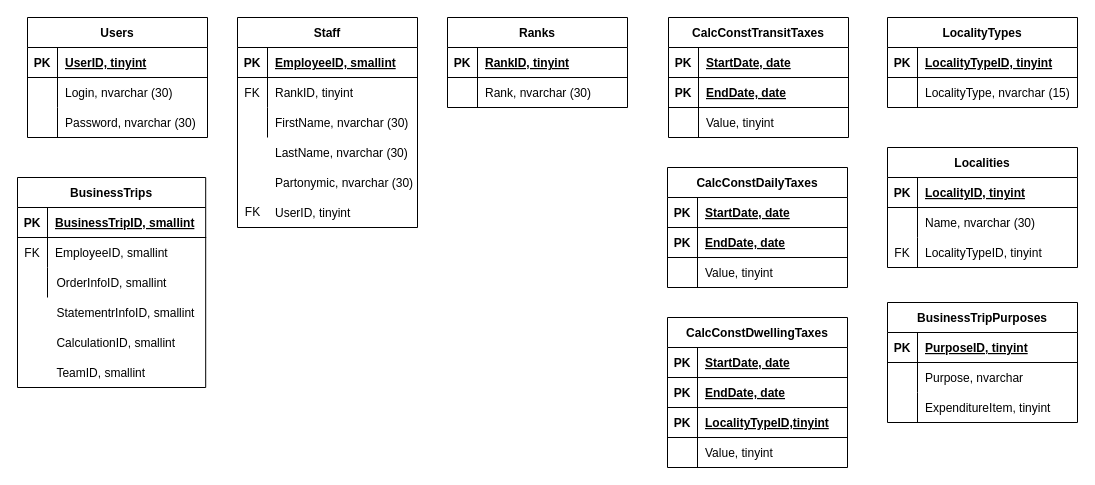
Earlier version of the draw.io diagram Documentation/BTService DB.drawio (vacho87/Vacho). Source tidied: cells renumbered, new cells numbered last; positions are measured from the earlier drawing's top-left corner, leaving out a move shared by most shapes. Both pictures are drawn from the tidied source at 100%, with x=0, y=0 at pixel (17, 17).
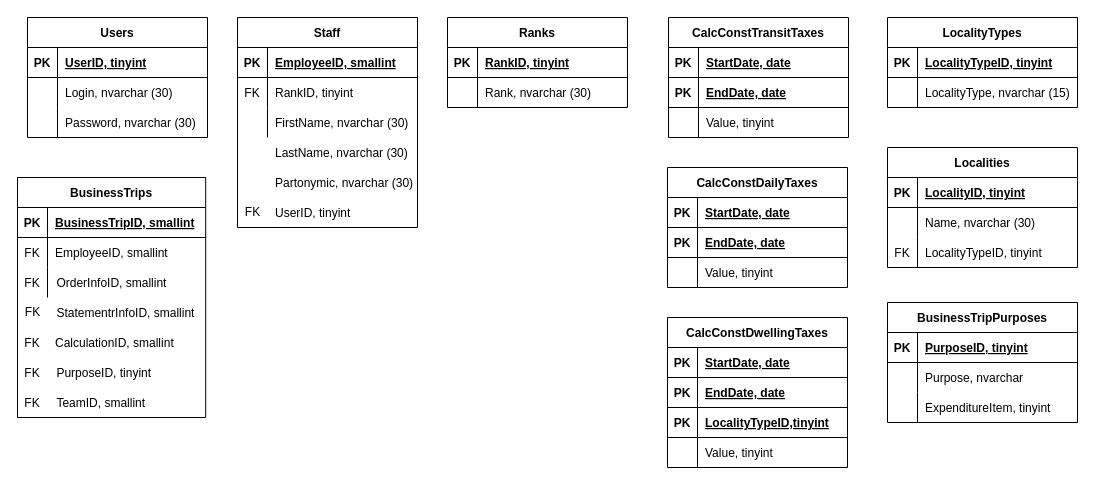
After the change.

Unchanged cells that the change refers to:
```xml
<mxCell id="118" style="shape=partialRectangle;fillColor=none;top=0;left=0;bottom=0;right=0;" parent="111" vertex="1">
  <mxGeometry y="90" width="188.2" height="30" as="geometry" />
</mxCell>
```

What changed in the source:
```diff
@@
+    <mxCell id="123" style="group;" parent="1" vertex="1">
+      <mxGeometry y="160" width="191.4" height="240" as="geometry" />
+    </mxCell>
-    <mxCell id="109" value="StatementrInfoID, smallint" style="shape=partialRectangle;fillColor=none;top=0;left=0;bottom=0;right=0;align=left;spacingLeft=6;overflow=hidden;" parent="1" vertex="1">
-      <mxGeometry x="31.4" y="280" width="156.8" height="30" as="geometry" />
+    <mxCell id="109" value="StatementrInfoID, smallint" style="shape=partialRectangle;fillColor=none;top=0;left=0;bottom=0;right=0;align=left;spacingLeft=6;overflow=hidden;" parent="123" vertex="1">
+      <mxGeometry x="31.4" y="120" width="156.8" height="30" as="geometry" />
     </mxCell>
-    <mxCell id="110" value="TeamID, smallint" style="shape=partialRectangle;fillColor=none;top=0;left=0;bottom=0;right=0;align=left;spacingLeft=6;overflow=hidden;" parent="1" vertex="1">
-      <mxGeometry x="31.4" y="340" width="156.8" height="30" as="geometry" />
+    <mxCell id="110" value="TeamID, smallint" style="shape=partialRectangle;fillColor=none;top=0;left=0;bottom=0;right=0;align=left;spacingLeft=6;overflow=hidden;" parent="123" vertex="1">
+      <mxGeometry x="31.4" y="210" width="156.8" height="30" as="geometry" />
     </mxCell>
-    <mxCell id="111" value="BusinessTrips" style="shape=table;startSize=30;childLayout=tableLayout;rowLines=0;fontStyle=1;align=center;" parent="1" vertex="1">
-      <mxGeometry y="160" width="188.2" height="210" as="geometry" />
+    <mxCell id="111" value="BusinessTrips" style="shape=table;startSize=30;childLayout=tableLayout;rowLines=0;fontStyle=1;align=center;" parent="123" vertex="1">
+      <mxGeometry width="188.2" height="240" as="geometry" />
     </mxCell>
@@
-    <mxCell id="119" style="shape=partialRectangle;fillColor=none;top=0;left=0;bottom=0;right=0;overflow=hidden;" parent="118" vertex="1">
+    <mxCell id="119" value="FK" style="shape=partialRectangle;fillColor=none;top=0;left=0;bottom=0;right=0;overflow=hidden;" parent="118" vertex="1">
       <mxGeometry width="30" height="30" as="geometry" />
     </mxCell>
@@
-    <mxCell id="121" value="OrderInfoID, smallint" style="shape=partialRectangle;fillColor=none;top=0;left=0;bottom=0;right=0;align=left;spacingLeft=6;overflow=hidden;" parent="1" vertex="1">
-      <mxGeometry x="31.4" y="250" width="156.8" height="30" as="geometry" />
+    <mxCell id="121" value="OrderInfoID, smallint" style="shape=partialRectangle;fillColor=none;top=0;left=0;bottom=0;right=0;align=left;spacingLeft=6;overflow=hidden;" parent="123" vertex="1">
+      <mxGeometry x="31.4" y="90" width="156.8" height="30" as="geometry" />
     </mxCell>
-    <mxCell id="122" value="CalculationID, smallint" style="shape=partialRectangle;fillColor=none;top=0;left=0;bottom=0;right=0;align=left;spacingLeft=6;overflow=hidden;" parent="1" vertex="1">
-      <mxGeometry x="31.4" y="310" width="156.8" height="30" as="geometry" />
+    <mxCell id="122" value="CalculationID, smallint" style="shape=partialRectangle;fillColor=none;top=0;left=0;bottom=0;right=0;align=left;spacingLeft=6;overflow=hidden;" parent="123" vertex="1">
+      <mxGeometry x="30" y="150" width="160" height="30" as="geometry" />
     </mxCell>
+    <mxCell id="124" value="PurposeID, tinyint" style="shape=partialRectangle;fillColor=none;top=0;left=0;bottom=0;right=0;align=left;spacingLeft=6;overflow=hidden;" parent="123" vertex="1">
+      <mxGeometry x="31.4" y="180" width="160" height="30" as="geometry" />
+    </mxCell>
+    <mxCell id="125" value="FK" style="text;html=1;align=center;verticalAlign=middle;" parent="123" vertex="1">
+      <mxGeometry y="125" width="30" height="20" as="geometry" />
+    </mxCell>
+    <mxCell id="126" value="FK" style="shape=partialRectangle;fillColor=none;top=0;left=0;bottom=0;right=0;overflow=hidden;" parent="123" vertex="1">
+      <mxGeometry y="150" width="30" height="30" as="geometry" />
+    </mxCell>
+    <mxCell id="127" value="FK" style="shape=partialRectangle;fillColor=none;top=0;left=0;bottom=0;right=0;overflow=hidden;" parent="123" vertex="1">
+      <mxGeometry y="180" width="30" height="30" as="geometry" />
+    </mxCell>
+    <mxCell id="128" value="FK" style="shape=partialRectangle;fillColor=none;top=0;left=0;bottom=0;right=0;overflow=hidden;" parent="123" vertex="1">
+      <mxGeometry y="210" width="30" height="30" as="geometry" />
+    </mxCell>
```
